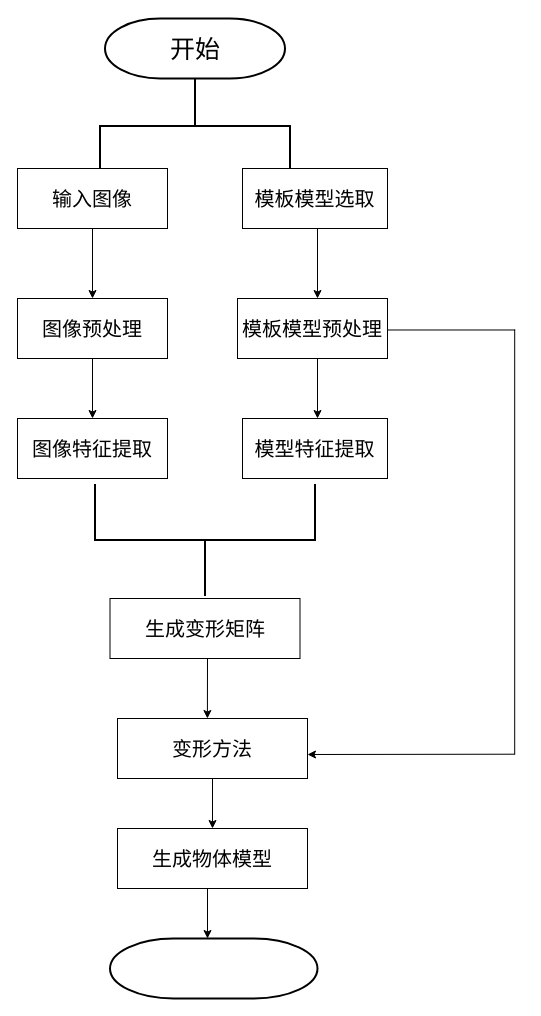
DAODEJI/typroa keeps this draw.io diagram as 未命名绘图.drawio. Above is the earlier version. Source tidied: cells renumbered, new cells numbered last; positions are measured from the earlier drawing's top-left corner, leaving out a move shared by most shapes. Both pictures are drawn from the tidied source at 100%, with x=0, y=0 at pixel (17, 18).
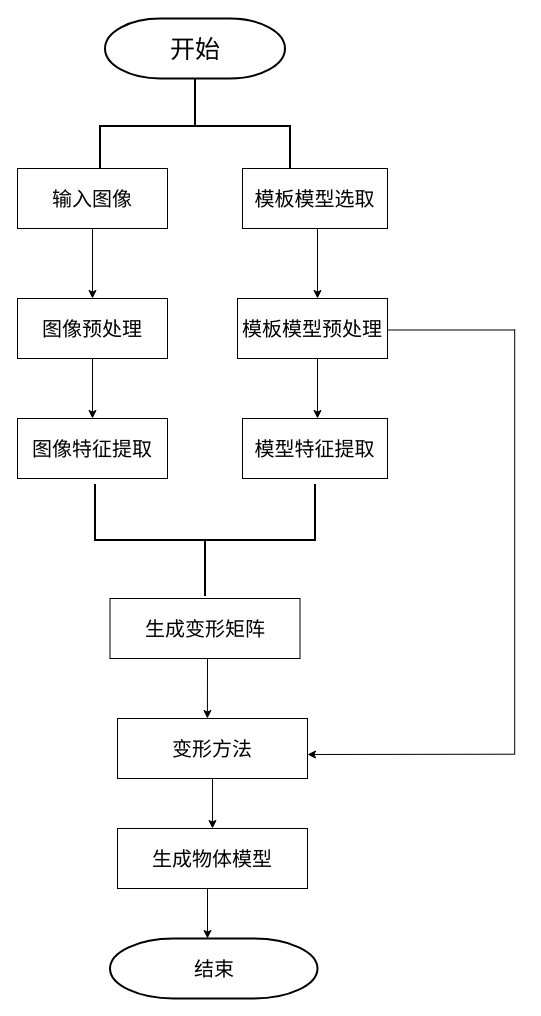
The same diagram, later.

What changed in the source:
```diff
@@
-    <mxCell id="19" style="strokeWidth=2;html=1;shape=mxgraph.flowchart.terminator;whiteSpace=wrap;fontFamily=Helvetica;fontSize=20;" parent="1" vertex="1">
+    <mxCell id="19" value="结束" style="strokeWidth=2;html=1;shape=mxgraph.flowchart.terminator;whiteSpace=wrap;fontFamily=Helvetica;fontSize=20;" parent="1" vertex="1">
       <mxGeometry x="92.5" y="920" width="207.5" height="60" as="geometry" />
     </mxCell>
```
